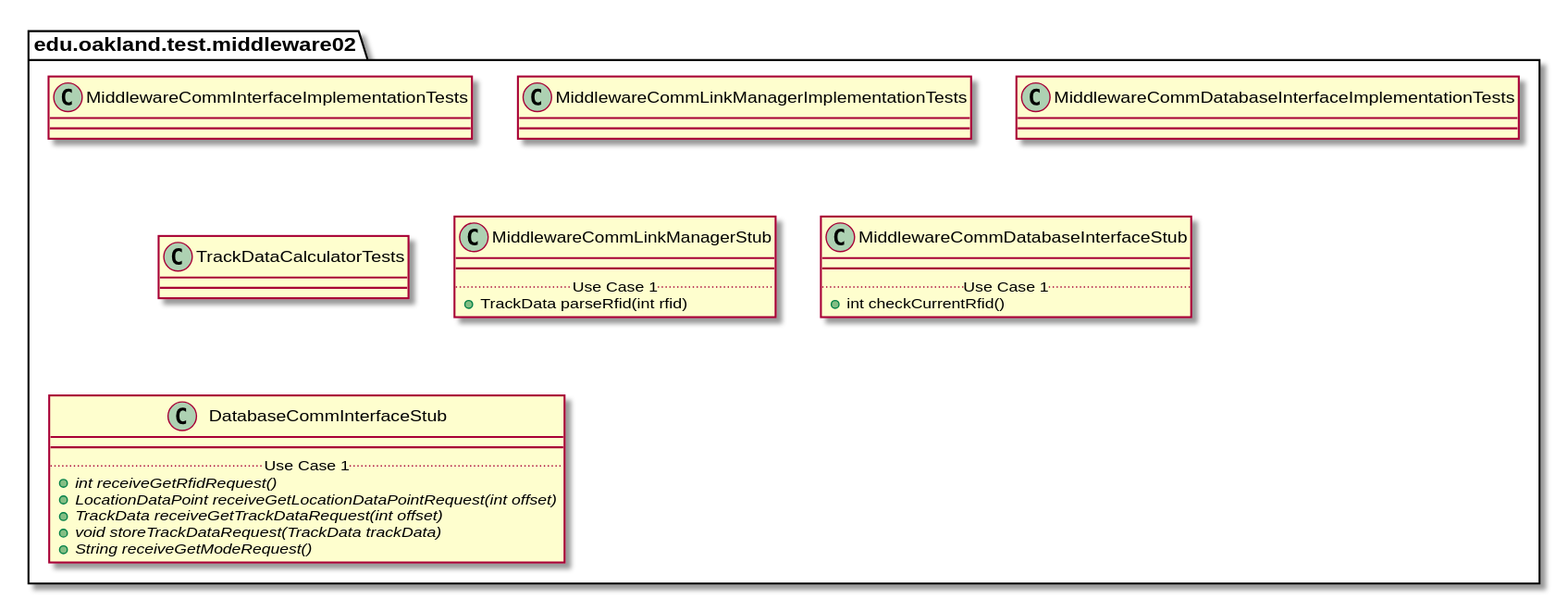
elilley15/csi-3370-software-project keeps this PlantUML diagram as docs/uml-class-diagrams/middleware02/test/Middleware02TestPackage.svg. Above is the earlier version.
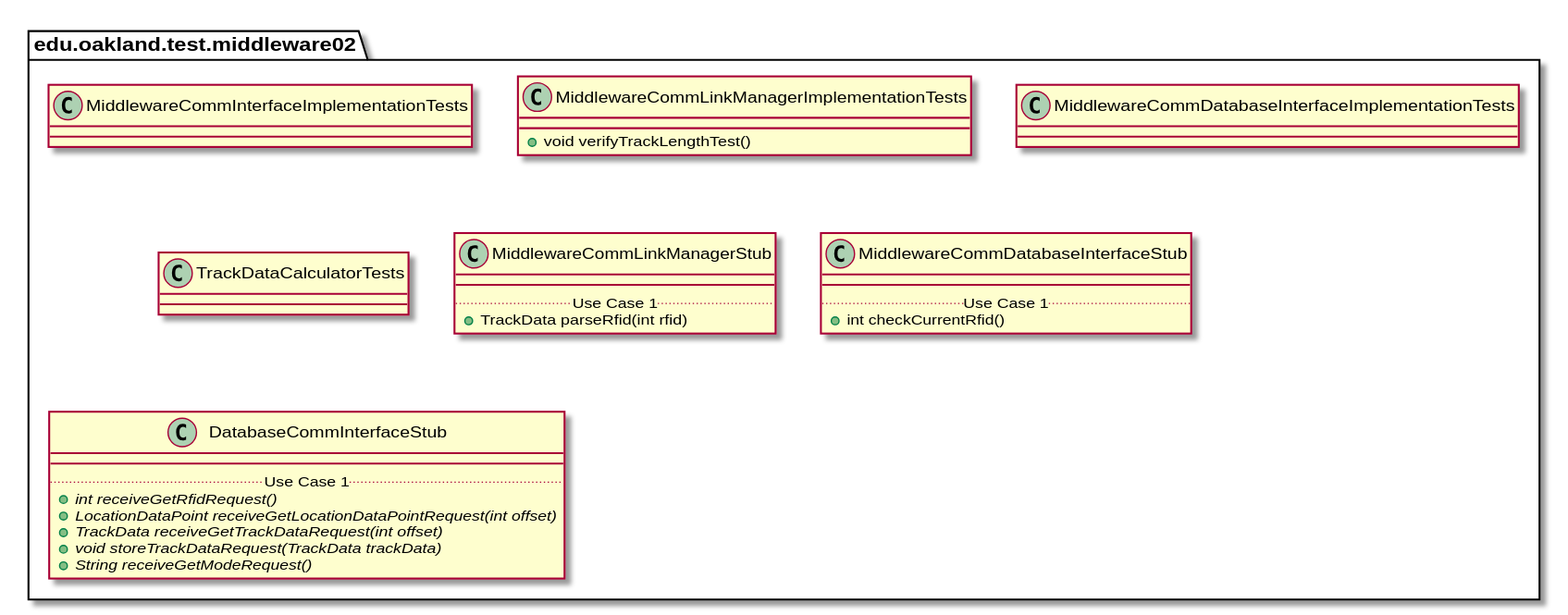
The same file after the commit.

Change to the diagram source:
```diff
@@ -14,7 +14,7 @@
 
 package edu.oakland.test.middleware02 {
     class MiddlewareCommLinkManagerImplementationTests {
-
+      + void verifyTrackLengthTest()
     }
 }
 
```
